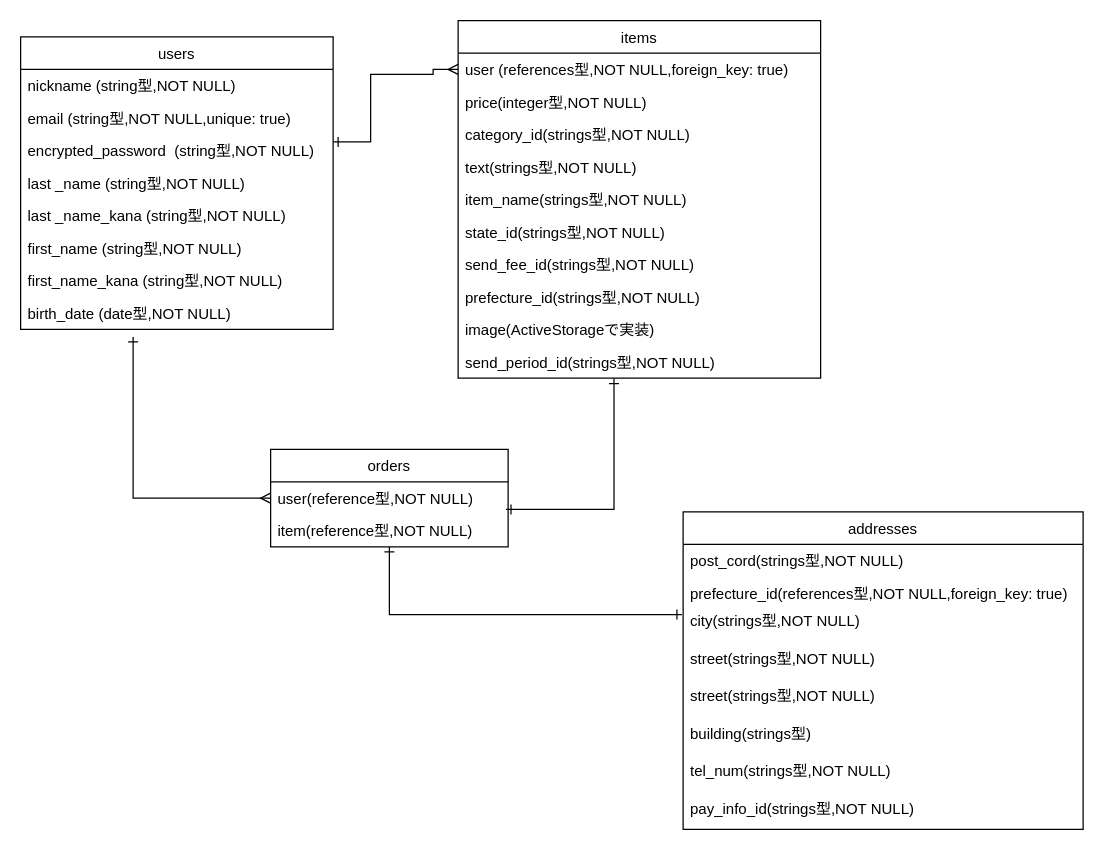
Earlier version of the draw.io diagram furima.dio (shingoishimura/furima-33484). Source tidied: cells renumbered, new cells numbered last; positions are measured from the earlier drawing's top-left corner, leaving out a move shared by most shapes. Both pictures are drawn from the tidied source at 125%, with x=0, y=0 at pixel (20, 20).
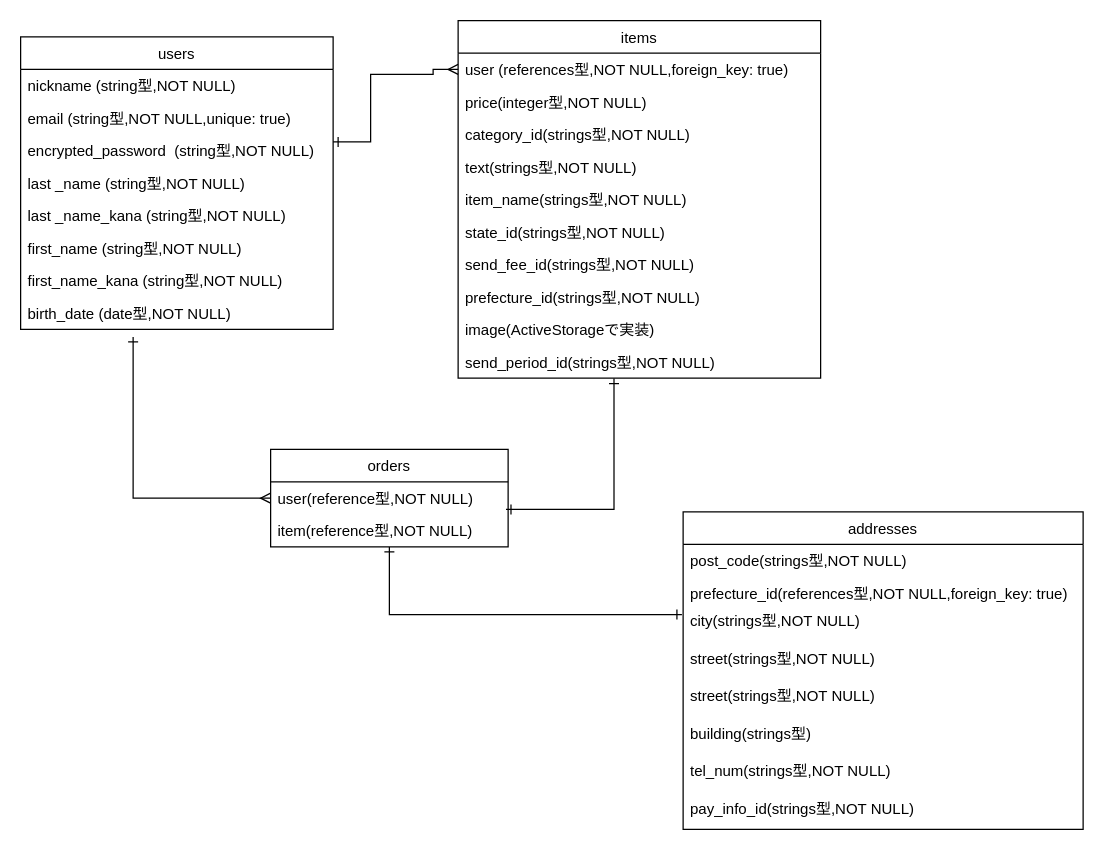
After the change.

Unchanged cells that the change refers to:
```xml
<mxCell id="25" value="addresses" style="swimlane;fontStyle=0;horizontal=1;startSize=26;fillColor=none;" parent="1" vertex="1">
  <mxGeometry x="530" y="393" width="320" height="254" as="geometry" />
</mxCell>
```

The edit, as a diff of the source:
```diff
@@
-    <mxCell id="26" value="post_cord(strings型,NOT NULL)" style="text;strokeColor=none;fillColor=none;align=left;verticalAlign=top;spacingLeft=4;spacingRight=4;overflow=hidden;" parent="25" vertex="1">
+    <mxCell id="26" value="post_code(strings型,NOT NULL)" style="text;strokeColor=none;fillColor=none;align=left;verticalAlign=top;spacingLeft=4;spacingRight=4;overflow=hidden;" parent="25" vertex="1">
       <mxGeometry y="26" width="320" height="26" as="geometry" />
     </mxCell>
```
